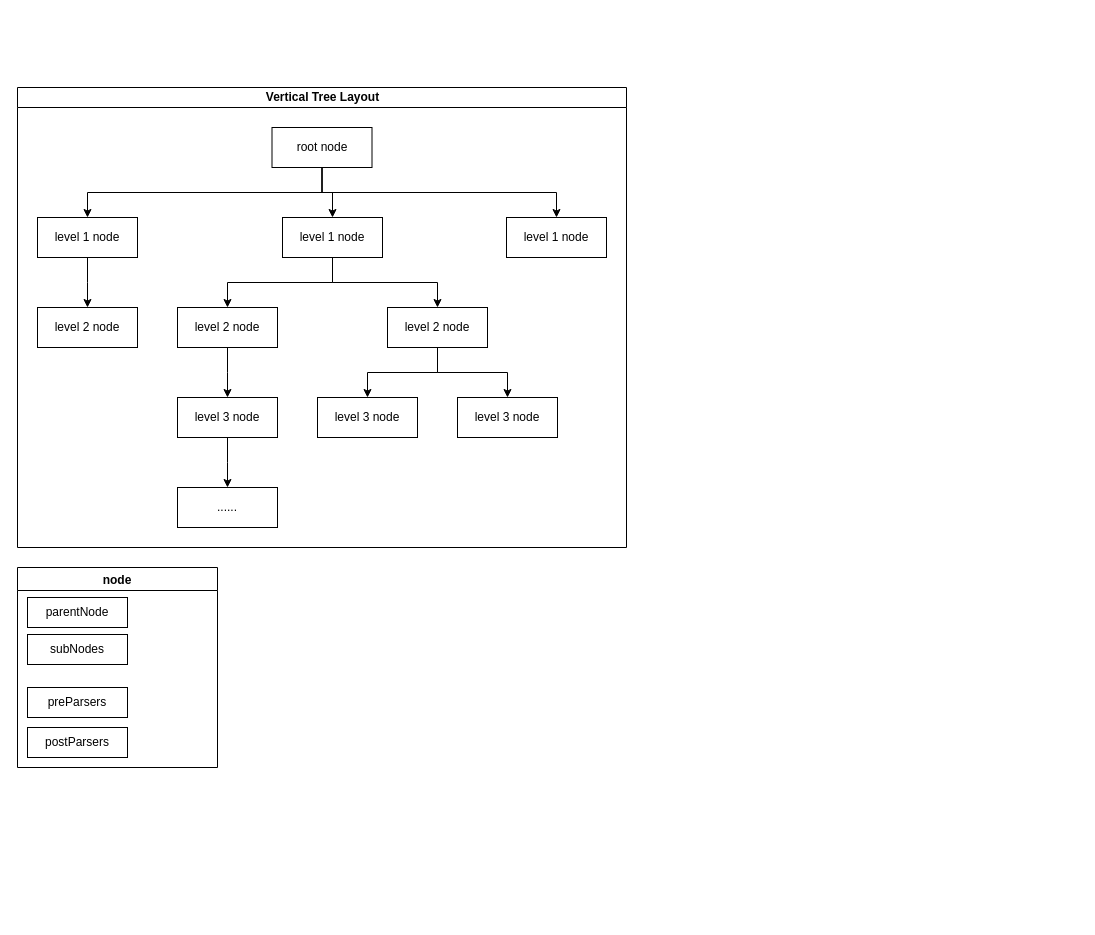
Before: service_router.drawio in lightank/URLServiceRouter, a draw.io diagram. Source tidied: cells renumbered, new cells numbered last; positions are measured from the earlier drawing's top-left corner, leaving out a move shared by most shapes. Both pictures are drawn from the tidied source at 100%, with x=0, y=0 at pixel (17, 87).
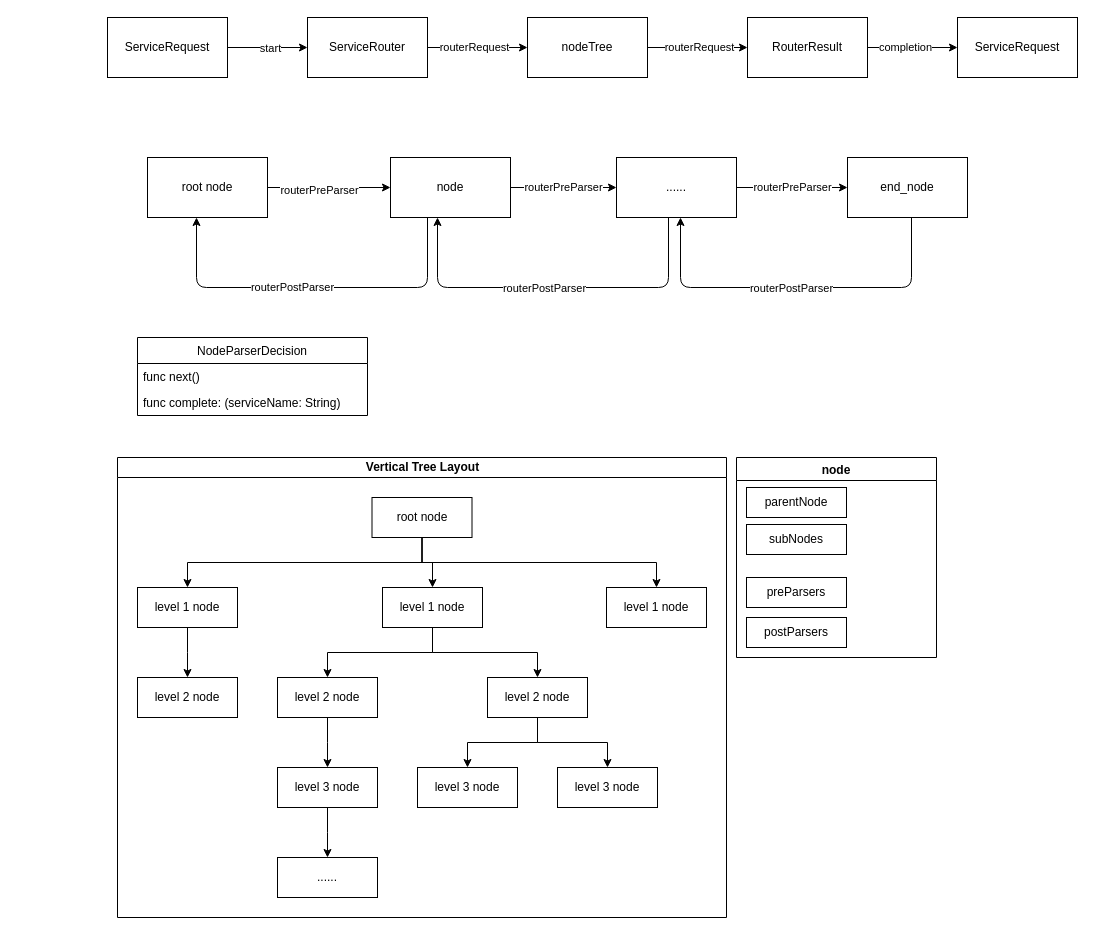
Above is the later version.

The edit, as a diff of the source:
```diff
@@
     <mxCell id="2" value="Vertical Tree Layout" style="swimlane;html=1;startSize=20;horizontal=1;horizontalTree=0;containerType=tree;" parent="1" vertex="1">
-      <mxGeometry width="609" height="460" as="geometry" />
+      <mxGeometry x="100" y="370" width="609" height="460" as="geometry" />
     </mxCell>
@@
     <mxCell id="24" value="node" style="swimlane;" parent="1" vertex="1">
-      <mxGeometry y="480" width="200" height="200" as="geometry" />
+      <mxGeometry x="719" y="370" width="200" height="200" as="geometry" />
     </mxCell>
@@
+    <mxCell id="29" style="edgeStyle=orthogonalEdgeStyle;rounded=0;jettySize=auto;html=1;" parent="1" edge="1" source="31" target="34">
+      <mxGeometry relative="1" as="geometry" />
+    </mxCell>
+    <mxCell id="30" value="start" style="edgeLabel;html=1;align=center;verticalAlign=middle;" parent="29" vertex="1">
+      <mxGeometry x="0.06" relative="1" as="geometry" />
+    </mxCell>
+    <mxCell id="31" value="ServiceRequest" style="rounded=0;whiteSpace=wrap;html=1;" parent="1" vertex="1">
+      <mxGeometry x="90" y="-70" width="120" height="60" as="geometry" />
+    </mxCell>
+    <mxCell id="32" style="edgeStyle=orthogonalEdgeStyle;rounded=0;jettySize=auto;html=1;" parent="1" edge="1" source="34" target="37">
+      <mxGeometry relative="1" as="geometry" />
+    </mxCell>
+    <mxCell id="33" value="routerRequest" style="edgeLabel;html=1;align=center;verticalAlign=middle;" parent="32" vertex="1">
+      <mxGeometry x="-0.08" y="1" relative="1" as="geometry" />
+    </mxCell>
+    <mxCell id="34" value="ServiceRouter" style="rounded=0;whiteSpace=wrap;html=1;" parent="1" vertex="1">
+      <mxGeometry x="290" y="-70" width="120" height="60" as="geometry" />
+    </mxCell>
+    <mxCell id="35" style="edgeStyle=orthogonalEdgeStyle;rounded=0;jettySize=auto;html=1;" parent="1" edge="1" source="37" target="40">
+      <mxGeometry relative="1" as="geometry" />
+    </mxCell>
+    <mxCell id="36" value="routerRequest" style="edgeLabel;html=1;align=center;verticalAlign=middle;" parent="35" vertex="1">
+      <mxGeometry x="0.01" y="1" relative="1" as="geometry" />
+    </mxCell>
+    <mxCell id="37" value="nodeTree" style="rounded=0;whiteSpace=wrap;html=1;" parent="1" vertex="1">
+      <mxGeometry x="510" y="-70" width="120" height="60" as="geometry" />
+    </mxCell>
+    <mxCell id="38" style="edgeStyle=orthogonalEdgeStyle;rounded=0;jettySize=auto;html=1;" parent="1" edge="1" source="40" target="41">
+      <mxGeometry relative="1" as="geometry" />
+    </mxCell>
+    <mxCell id="39" value="completion" style="edgeLabel;html=1;align=center;verticalAlign=middle;" parent="38" vertex="1">
+      <mxGeometry x="-0.17" y="1" relative="1" as="geometry" />
+    </mxCell>
+    <mxCell id="40" value="RouterResult" style="rounded=0;whiteSpace=wrap;html=1;" parent="1" vertex="1">
+      <mxGeometry x="730" y="-70" width="120" height="60" as="geometry" />
+    </mxCell>
+    <mxCell id="41" value="ServiceRequest" style="rounded=0;whiteSpace=wrap;html=1;" parent="1" vertex="1">
+      <mxGeometry x="940" y="-70" width="120" height="60" as="geometry" />
+    </mxCell>
+    <mxCell id="42" style="edgeStyle=orthogonalEdgeStyle;rounded=0;jettySize=auto;html=1;" parent="1" edge="1" source="44" target="46">
+      <mxGeometry relative="1" as="geometry" />
+    </mxCell>
+    <mxCell id="43" value="routerPreParser" style="edgeLabel;html=1;align=center;verticalAlign=middle;" parent="42" vertex="1">
+      <mxGeometry x="-0.17" y="-2" relative="1" as="geometry" />
+    </mxCell>
+    <mxCell id="44" value="root node&lt;div&gt;&lt;/div&gt;" style="rounded=0;whiteSpace=wrap;html=1;align=center;" parent="1" vertex="1">
+      <mxGeometry x="130" y="70" width="120" height="60" as="geometry" />
+    </mxCell>
+    <mxCell id="45" value="routerPreParser" style="edgeStyle=orthogonalEdgeStyle;rounded=0;jettySize=auto;html=1;" parent="1" edge="1" source="46" target="48">
+      <mxGeometry relative="1" as="geometry" />
+    </mxCell>
+    <mxCell id="46" value="node&lt;br&gt;&lt;div&gt;&lt;/div&gt;" style="rounded=0;whiteSpace=wrap;html=1;align=center;" parent="1" vertex="1">
+      <mxGeometry x="373" y="70" width="120" height="60" as="geometry" />
+    </mxCell>
+    <mxCell id="47" value="routerPreParser" style="edgeStyle=orthogonalEdgeStyle;rounded=0;jettySize=auto;html=1;" parent="1" edge="1" source="48" target="49">
+      <mxGeometry relative="1" as="geometry" />
+    </mxCell>
+    <mxCell id="48" value="......&lt;br&gt;&lt;div&gt;&lt;/div&gt;" style="rounded=0;whiteSpace=wrap;html=1;align=center;" parent="1" vertex="1">
+      <mxGeometry x="599" y="70" width="120" height="60" as="geometry" />
+    </mxCell>
+    <mxCell id="49" value="end_node&lt;br&gt;&lt;div&gt;&lt;/div&gt;" style="rounded=0;whiteSpace=wrap;html=1;align=center;" parent="1" vertex="1">
+      <mxGeometry x="830" y="70" width="120" height="60" as="geometry" />
+    </mxCell>
+    <mxCell id="50" style="endArrow=classic;html=1;exitX=0.5;exitY=1;exitDx=0;exitDy=0;entryX=0.5;entryY=1;entryDx=0;entryDy=0;" parent="1" edge="1">
+      <mxGeometry relative="1" as="geometry">
+        <mxPoint x="894" y="130" as="sourcePoint" />
+        <mxPoint x="663" y="130" as="targetPoint" />
+        <Array as="points">
+          <mxPoint x="894" y="200" />
+          <mxPoint x="663" y="200" />
+        </Array>
+      </mxGeometry>
+    </mxCell>
+    <mxCell id="51" value="routerPostParser" style="edgeLabel;html=1;align=center;verticalAlign=middle;" parent="50" vertex="1">
+      <mxGeometry x="0.03" relative="1" as="geometry" />
+    </mxCell>
+    <mxCell id="52" style="endArrow=classic;html=1;exitX=0.5;exitY=1;exitDx=0;exitDy=0;entryX=0.5;entryY=1;entryDx=0;entryDy=0;" parent="1" edge="1">
+      <mxGeometry relative="1" as="geometry">
+        <mxPoint x="651" y="130" as="sourcePoint" />
+        <mxPoint x="420" y="130" as="targetPoint" />
+        <Array as="points">
+          <mxPoint x="651" y="200" />
+          <mxPoint x="420" y="200" />
+        </Array>
+      </mxGeometry>
+    </mxCell>
+    <mxCell id="53" value="routerPostParser" style="edgeLabel;html=1;align=center;verticalAlign=middle;" parent="52" vertex="1">
+      <mxGeometry x="0.05" relative="1" as="geometry" />
+    </mxCell>
+    <mxCell id="54" style="endArrow=classic;html=1;exitX=0.5;exitY=1;exitDx=0;exitDy=0;entryX=0.5;entryY=1;entryDx=0;entryDy=0;" parent="1" edge="1">
+      <mxGeometry relative="1" as="geometry">
+        <mxPoint x="410" y="130" as="sourcePoint" />
+        <mxPoint x="179" y="130" as="targetPoint" />
+        <Array as="points">
+          <mxPoint x="410" y="200" />
+          <mxPoint x="179" y="200" />
+        </Array>
+      </mxGeometry>
+    </mxCell>
+    <mxCell id="55" value="routerPostParser" style="edgeLabel;html=1;align=center;verticalAlign=middle;" parent="54" vertex="1">
+      <mxGeometry x="0.11" y="-1" relative="1" as="geometry" />
+    </mxCell>
+    <mxCell id="56" value="NodeParserDecision" style="swimlane;fontStyle=0;horizontal=1;startSize=26;fillColor=none;align=center;" parent="1" vertex="1">
+      <mxGeometry x="120" y="250" width="230" height="78" as="geometry" />
+    </mxCell>
+    <mxCell id="57" value="func next()" style="text;strokeColor=none;fillColor=none;align=left;verticalAlign=top;spacingLeft=4;spacingRight=4;overflow=hidden;" parent="56" vertex="1">
+      <mxGeometry y="26" width="230" height="26" as="geometry" />
+    </mxCell>
+    <mxCell id="58" value="func complete: (serviceName: String) " style="text;strokeColor=none;fillColor=none;align=left;verticalAlign=top;spacingLeft=4;spacingRight=4;overflow=hidden;" parent="56" vertex="1">
+      <mxGeometry y="52" width="230" height="26" as="geometry" />
+    </mxCell>
```
